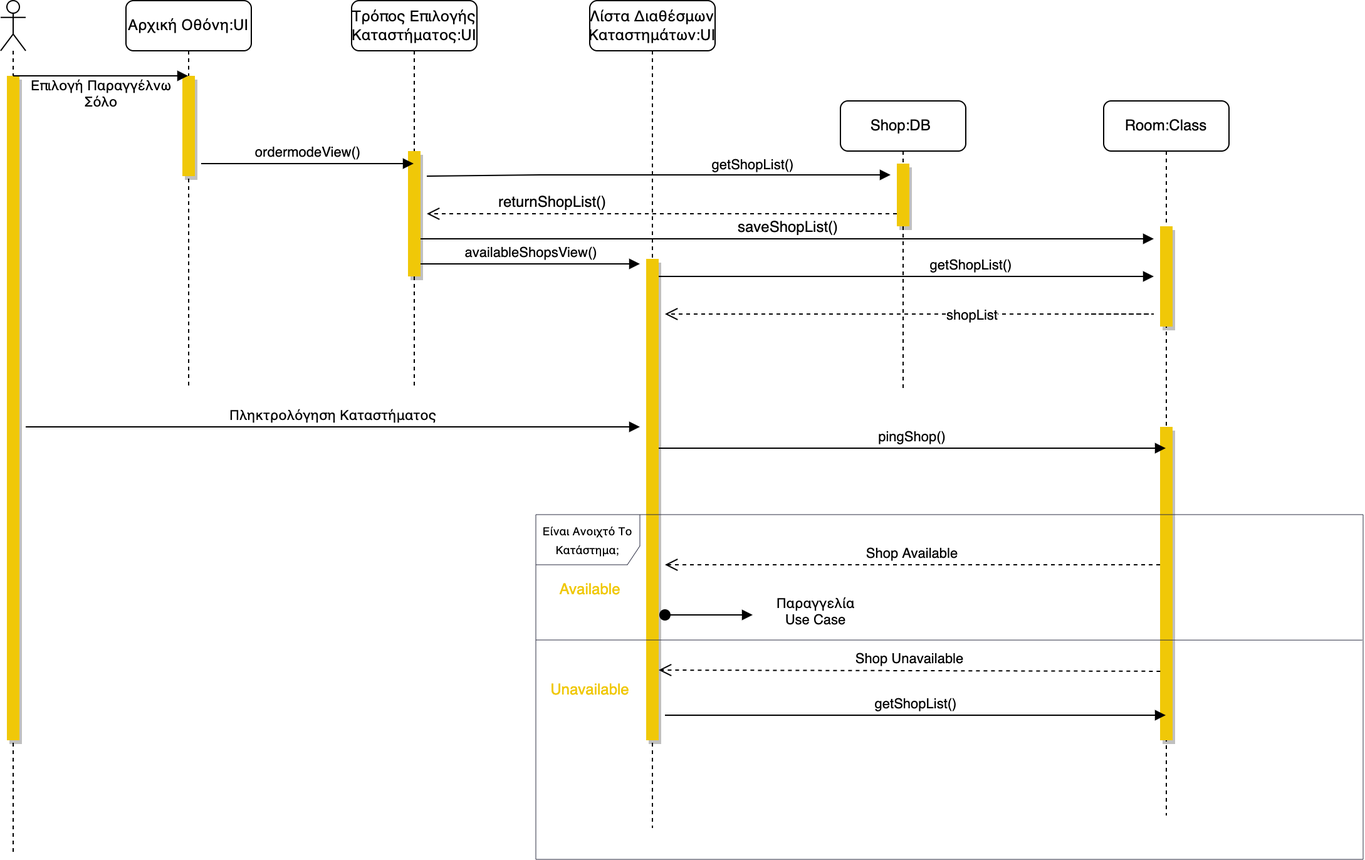
Above: docs/final/nomnomr/Media/Sequence Diagrams/3.Έχω Αποφασίσει.drawio.png in iloudaros/nomnomr (draw.io), before the change. Source tidied: cells renumbered, new cells last; positions are measured from the earlier drawing's top-left corner, leaving out a move shared by most shapes. Source of this version:
```xml
<mxGraphModel>
  <root>
    <mxCell id="0" />
    <mxCell id="1" parent="0" />
    <mxCell id="2" value="Αρχική Οθόνη:UI" style="shape=umlLifeline;perimeter=lifelinePerimeter;whiteSpace=wrap;html=1;outlineConnect=0;rounded=1;" parent="1" vertex="1">
      <mxGeometry x="100" width="100" height="310" as="geometry" />
    </mxCell>
    <mxCell id="3" style="html=1;perimeter=orthogonalPerimeter;rounded=0;shadow=1;fillColor=#F0C808;strokeColor=none;" parent="2" vertex="1">
      <mxGeometry x="45" y="60" width="10" height="80" as="geometry" />
    </mxCell>
    <mxCell id="4" value="Τρόπος Επιλογής Καταστήματος:UI" style="shape=umlLifeline;perimeter=lifelinePerimeter;whiteSpace=wrap;html=1;outlineConnect=0;rounded=1;" parent="1" vertex="1">
      <mxGeometry x="280" width="100" height="310" as="geometry" />
    </mxCell>
    <mxCell id="5" value="saveShopList()" style="html=1;verticalAlign=bottom;endArrow=block;rounded=0;fontSize=12;fontColor=#000000;" parent="4" edge="1">
      <mxGeometry relative="1" as="geometry">
        <mxPoint x="55" y="190" as="sourcePoint" />
        <mxPoint x="640" y="190" as="targetPoint" />
      </mxGeometry>
    </mxCell>
    <mxCell id="6" style="html=1;perimeter=orthogonalPerimeter;rounded=0;shadow=1;fillColor=#F0C808;strokeColor=none;" parent="4" vertex="1">
      <mxGeometry x="45" y="120" width="10" height="100" as="geometry" />
    </mxCell>
    <mxCell id="7" value="availableShopsView()" style="html=1;verticalAlign=bottom;endArrow=block;rounded=0;" parent="4" edge="1">
      <mxGeometry relative="1" as="geometry">
        <mxPoint x="55" y="210" as="sourcePoint" />
        <mxPoint x="230" y="210" as="targetPoint" />
      </mxGeometry>
    </mxCell>
    <mxCell id="8" value="Room:Class" style="shape=umlLifeline;perimeter=lifelinePerimeter;whiteSpace=wrap;html=1;outlineConnect=0;rounded=1;" parent="1" vertex="1">
      <mxGeometry x="880" y="80" width="100" height="570" as="geometry" />
    </mxCell>
    <mxCell id="9" style="html=1;perimeter=orthogonalPerimeter;fillColor=#F0C808;shadow=1;strokeColor=none;" parent="8" vertex="1">
      <mxGeometry x="45" y="260" width="10" height="250" as="geometry" />
    </mxCell>
    <mxCell id="10" value="Shop Available" style="html=1;verticalAlign=bottom;endArrow=open;dashed=1;endSize=8;rounded=0;" parent="8" edge="1">
      <mxGeometry relative="1" as="geometry">
        <mxPoint x="45" y="370" as="sourcePoint" />
        <mxPoint x="-350" y="370" as="targetPoint" />
      </mxGeometry>
    </mxCell>
    <mxCell id="11" style="html=1;perimeter=orthogonalPerimeter;shadow=1;fontSize=12;fontColor=#000000;fillColor=#F0C808;strokeColor=none;" parent="8" vertex="1">
      <mxGeometry x="45" y="100" width="10" height="80" as="geometry" />
    </mxCell>
    <mxCell id="12" value="Shop:DB&amp;nbsp;" style="shape=umlLifeline;perimeter=lifelinePerimeter;whiteSpace=wrap;html=1;rounded=1;" parent="1" vertex="1">
      <mxGeometry x="670" y="80" width="100" height="230" as="geometry" />
    </mxCell>
    <mxCell id="13" value="&lt;font color=&quot;#000000&quot;&gt;returnShopList()&lt;/font&gt;" style="html=1;verticalAlign=bottom;endArrow=open;dashed=1;endSize=8;rounded=0;fontSize=12;fontColor=#F0C808;" parent="12" edge="1">
      <mxGeometry x="0.47" relative="1" as="geometry">
        <mxPoint x="45" y="90" as="sourcePoint" />
        <mxPoint x="-330" y="90" as="targetPoint" />
      </mxGeometry>
    </mxCell>
    <mxCell id="14" style="html=1;perimeter=orthogonalPerimeter;fillColor=#F0C808;shadow=1;strokeColor=none;" parent="12" vertex="1">
      <mxGeometry x="45" y="50" width="10" height="50" as="geometry" />
    </mxCell>
    <mxCell id="15" value="Λίστα Διαθέσμων Καταστημάτων:UI" style="shape=umlLifeline;perimeter=lifelinePerimeter;whiteSpace=wrap;html=1;rounded=1;" parent="1" vertex="1">
      <mxGeometry x="470" width="100" height="660" as="geometry" />
    </mxCell>
    <mxCell id="16" value="getShopList()" style="html=1;verticalAlign=bottom;endArrow=block;rounded=0;" parent="15" edge="1">
      <mxGeometry x="0.26" relative="1" as="geometry">
        <mxPoint x="55" y="220" as="sourcePoint" />
        <mxPoint x="450" y="220" as="targetPoint" />
      </mxGeometry>
    </mxCell>
    <mxCell id="17" style="html=1;perimeter=orthogonalPerimeter;rounded=0;shadow=1;fillColor=#F0C808;strokeColor=none;" parent="15" vertex="1">
      <mxGeometry x="45" y="206" width="10" height="384" as="geometry" />
    </mxCell>
    <mxCell id="18" value="pingShop()" style="html=1;verticalAlign=bottom;endArrow=block;rounded=0;" parent="15" edge="1">
      <mxGeometry relative="1" as="geometry">
        <mxPoint x="55" y="357" as="sourcePoint" />
        <mxPoint x="459.5" y="357" as="targetPoint" />
      </mxGeometry>
    </mxCell>
    <mxCell id="19" value="Shop Unavailable" style="html=1;verticalAlign=bottom;endArrow=open;dashed=1;endSize=8;rounded=0;entryX=0.98;entryY=0.708;entryDx=0;entryDy=0;entryPerimeter=0;" parent="15" edge="1">
      <mxGeometry relative="1" as="geometry">
        <mxPoint x="455.2" y="535" as="sourcePoint" />
        <mxPoint x="55" y="534" as="targetPoint" />
      </mxGeometry>
    </mxCell>
    <mxCell id="20" value="getShopList()" style="html=1;verticalAlign=bottom;endArrow=block;rounded=0;" parent="15" edge="1" target="8">
      <mxGeometry relative="1" as="geometry">
        <mxPoint x="60" y="570" as="sourcePoint" />
      </mxGeometry>
    </mxCell>
    <mxCell id="21" style="shape=umlLifeline;participant=umlActor;perimeter=lifelinePerimeter;whiteSpace=wrap;html=1;verticalAlign=top;spacingTop=36;rounded=1;" parent="1" vertex="1">
      <mxGeometry width="20" height="680" as="geometry" />
    </mxCell>
    <mxCell id="22" style="html=1;perimeter=orthogonalPerimeter;rounded=0;fillColor=#F0C808;strokeColor=none;shadow=1;" parent="21" vertex="1">
      <mxGeometry x="5" y="60" width="10" height="530" as="geometry" />
    </mxCell>
    <mxCell id="23" value="Επιλογή Παραγγέλνω&lt;br&gt;Σόλο" style="html=1;verticalAlign=bottom;endArrow=block;rounded=0;" parent="1" edge="1" target="2">
      <mxGeometry y="-30" relative="1" as="geometry">
        <mxPoint x="10" y="60" as="sourcePoint" />
      </mxGeometry>
    </mxCell>
    <mxCell id="24" value="ordermodeView()" style="html=1;verticalAlign=bottom;endArrow=block;rounded=0;" parent="1" edge="1" target="4">
      <mxGeometry relative="1" as="geometry">
        <mxPoint x="160" y="130" as="sourcePoint" />
      </mxGeometry>
    </mxCell>
    <mxCell id="25" value="Πληκτρολόγηση Καταστήματος" style="html=1;verticalAlign=bottom;endArrow=block;rounded=0;" parent="1" edge="1">
      <mxGeometry relative="1" as="geometry">
        <mxPoint x="20" y="340" as="sourcePoint" />
        <mxPoint x="510" y="340" as="targetPoint" />
      </mxGeometry>
    </mxCell>
    <mxCell id="26" value="getShopList()" style="html=1;verticalAlign=bottom;endArrow=block;rounded=0;" parent="1" edge="1">
      <mxGeometry x="0.41" y="-1" relative="1" as="geometry">
        <mxPoint x="340" y="140" as="sourcePoint" />
        <mxPoint x="710" y="139" as="targetPoint" />
        <Array as="points">
          <mxPoint x="430" y="139" />
        </Array>
      </mxGeometry>
    </mxCell>
    <mxCell id="27" value="shopList" style="html=1;verticalAlign=bottom;endArrow=open;dashed=1;endSize=8;rounded=0;" parent="1" edge="1">
      <mxGeometry x="-0.11" y="10" relative="1" as="geometry">
        <mxPoint x="870" y="250" as="sourcePoint" />
        <mxPoint x="530" y="250" as="targetPoint" />
        <Array as="points">
          <mxPoint x="920" y="250" />
        </Array>
      </mxGeometry>
    </mxCell>
    <mxCell id="28" value="Παραγγελία&lt;br&gt;Use Case" style="html=1;verticalAlign=bottom;startArrow=oval;startFill=1;endArrow=block;startSize=8;rounded=0;" parent="1" edge="1">
      <mxGeometry x="1" y="-52" relative="1" as="geometry">
        <mxPoint x="530" y="490" as="sourcePoint" />
        <mxPoint x="600" y="490" as="targetPoint" />
        <mxPoint x="50" y="-39" as="offset" />
      </mxGeometry>
    </mxCell>
    <mxCell id="29" value="&lt;font color=&quot;#f0c808&quot; style=&quot;font-size: 12px;&quot;&gt;Available&lt;/font&gt;" style="text;html=1;align=center;verticalAlign=middle;strokeColor=none;fillColor=none;fontSize=7;" parent="1" vertex="1">
      <mxGeometry x="440" y="460" width="60" height="20" as="geometry" />
    </mxCell>
    <mxCell id="30" value="Unavailable" style="text;html=1;align=center;verticalAlign=middle;strokeColor=none;fillColor=none;fontSize=12;fontColor=#F0C808;" parent="1" vertex="1">
      <mxGeometry x="430" y="540" width="80" height="20" as="geometry" />
    </mxCell>
    <mxCell id="31" style="endArrow=none;html=1;rounded=0;fontSize=12;fontColor=#000000;entryX=0.999;entryY=0.364;entryDx=0;entryDy=0;entryPerimeter=0;strokeWidth=0.5;strokeColor=#2B2D42;" parent="1" edge="1" target="32">
      <mxGeometry relative="1" as="geometry">
        <mxPoint x="427" y="510" as="sourcePoint" />
      </mxGeometry>
    </mxCell>
    <mxCell id="32" value="&lt;font style=&quot;font-size: 9px;&quot;&gt;Είναι Ανοιχτό Το Κατάστημα;&lt;/font&gt;" style="shape=umlFrame;whiteSpace=wrap;html=1;shadow=0;fillColor=#FFFFFF;width=83;height=40;strokeWidth=0.5;strokeColor=#2B2D42;" parent="1" vertex="1">
      <mxGeometry x="427" y="410" width="660" height="275" as="geometry" />
    </mxCell>
  </root>
</mxGraphModel>
```
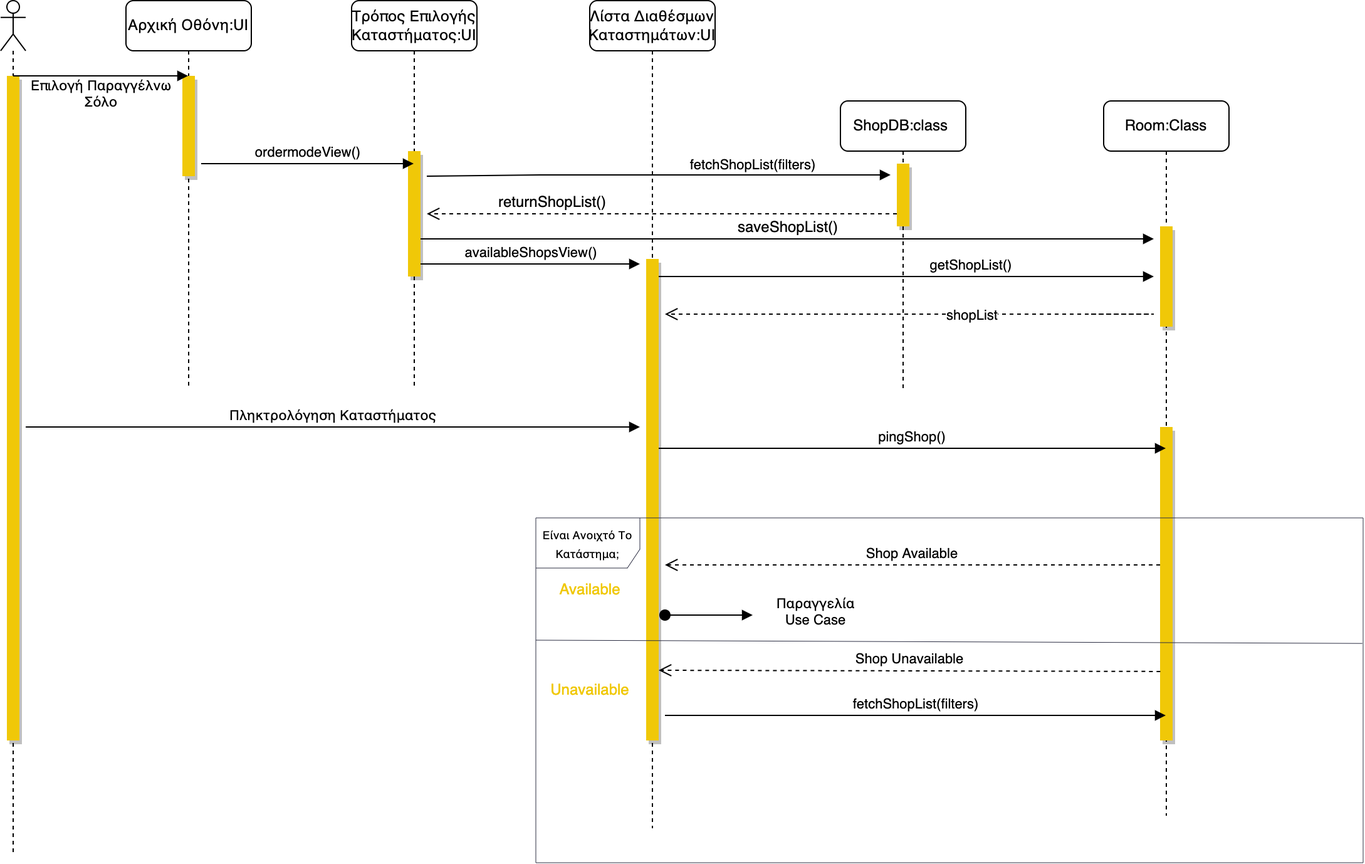
Later version of the same file.

What changed in the source:
```diff
@@ -41,7 +41,7 @@
     <mxCell id="11" style="html=1;perimeter=orthogonalPerimeter;shadow=1;fontSize=12;fontColor=#000000;fillColor=#F0C808;strokeColor=none;" parent="8" vertex="1">
       <mxGeometry x="45" y="100" width="10" height="80" as="geometry" />
     </mxCell>
-    <mxCell id="12" value="Shop:DB&amp;nbsp;" style="shape=umlLifeline;perimeter=lifelinePerimeter;whiteSpace=wrap;html=1;rounded=1;" parent="1" vertex="1">
+    <mxCell id="12" value="ShopDB:class&amp;nbsp;" style="shape=umlLifeline;perimeter=lifelinePerimeter;whiteSpace=wrap;html=1;rounded=1;" parent="1" vertex="1">
       <mxGeometry x="670" y="80" width="100" height="230" as="geometry" />
     </mxCell>
     <mxCell id="13" value="&lt;font color=&quot;#000000&quot;&gt;returnShopList()&lt;/font&gt;" style="html=1;verticalAlign=bottom;endArrow=open;dashed=1;endSize=8;rounded=0;fontSize=12;fontColor=#F0C808;" parent="12" edge="1">
@@ -77,7 +77,7 @@
         <mxPoint x="55" y="534" as="targetPoint" />
       </mxGeometry>
     </mxCell>
-    <mxCell id="20" value="getShopList()" style="html=1;verticalAlign=bottom;endArrow=block;rounded=0;" parent="15" edge="1" target="8">
+    <mxCell id="20" value="fetchShopList(filters)" style="html=1;verticalAlign=bottom;endArrow=block;rounded=0;" parent="15" edge="1" target="8">
       <mxGeometry relative="1" as="geometry">
         <mxPoint x="60" y="570" as="sourcePoint" />
       </mxGeometry>
@@ -104,7 +104,7 @@
         <mxPoint x="510" y="340" as="targetPoint" />
       </mxGeometry>
     </mxCell>
-    <mxCell id="26" value="getShopList()" style="html=1;verticalAlign=bottom;endArrow=block;rounded=0;" parent="1" edge="1">
+    <mxCell id="26" value="fetchShopList(filters)" style="html=1;verticalAlign=bottom;endArrow=block;rounded=0;" parent="1" edge="1">
       <mxGeometry x="0.41" y="-1" relative="1" as="geometry">
         <mxPoint x="340" y="140" as="sourcePoint" />
         <mxPoint x="710" y="139" as="targetPoint" />
@@ -141,7 +141,7 @@
       </mxGeometry>
     </mxCell>
     <mxCell id="32" value="&lt;font style=&quot;font-size: 9px;&quot;&gt;Είναι Ανοιχτό Το Κατάστημα;&lt;/font&gt;" style="shape=umlFrame;whiteSpace=wrap;html=1;shadow=0;fillColor=#FFFFFF;width=83;height=40;strokeWidth=0.5;strokeColor=#2B2D42;" parent="1" vertex="1">
-      <mxGeometry x="427" y="410" width="660" height="275" as="geometry" />
+      <mxGeometry x="427" y="412.5" width="660" height="275" as="geometry" />
     </mxCell>
   </root>
 </mxGraphModel>
```
